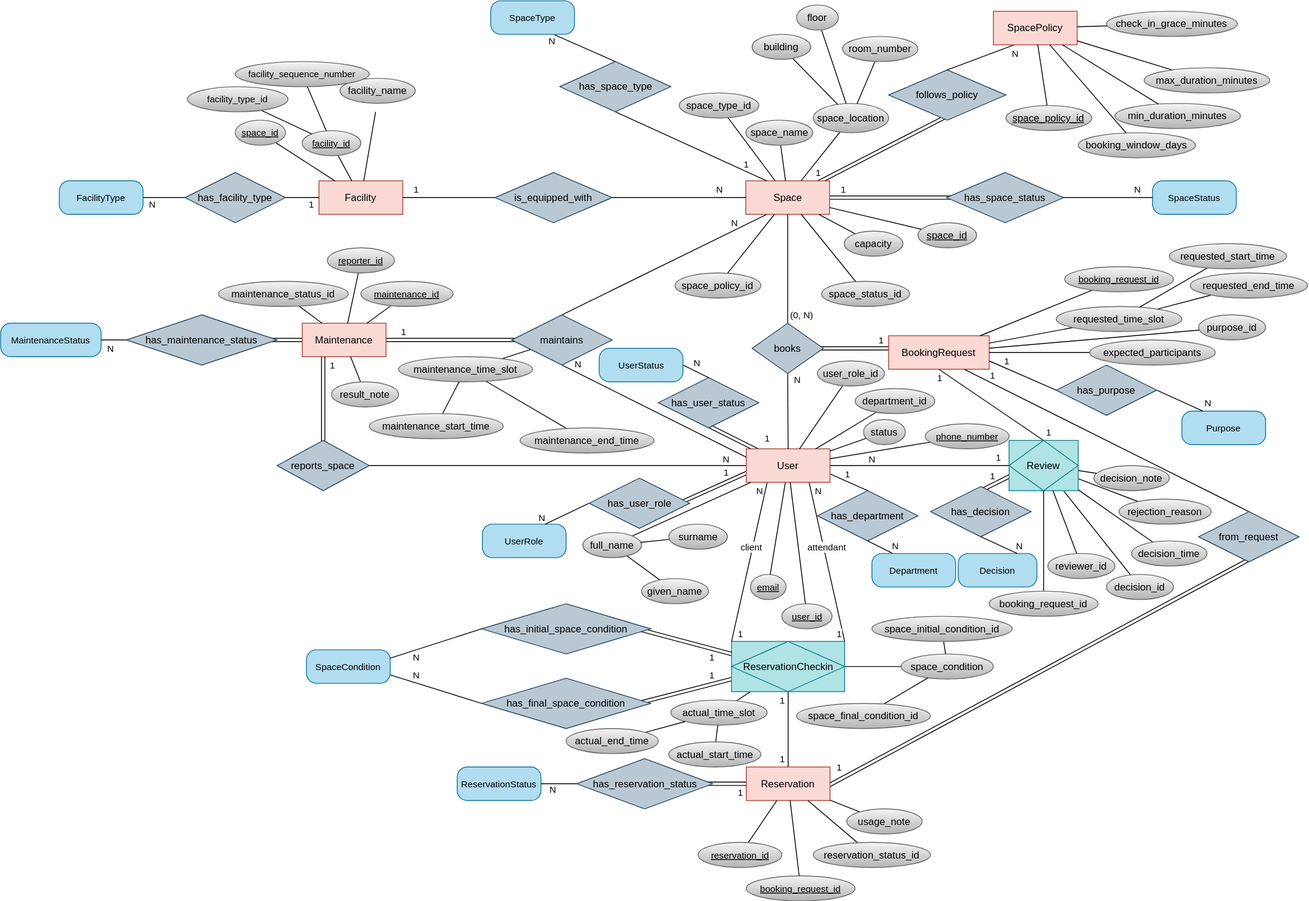
This is assets/refined_conceptual.svg from fungusdesu/cs486-project, a draw.io export, as it was before one commit. Source tidied: cells renumbered, new cells last; positions are measured from the earlier drawing's top-left corner, leaving out a move shared by most shapes.
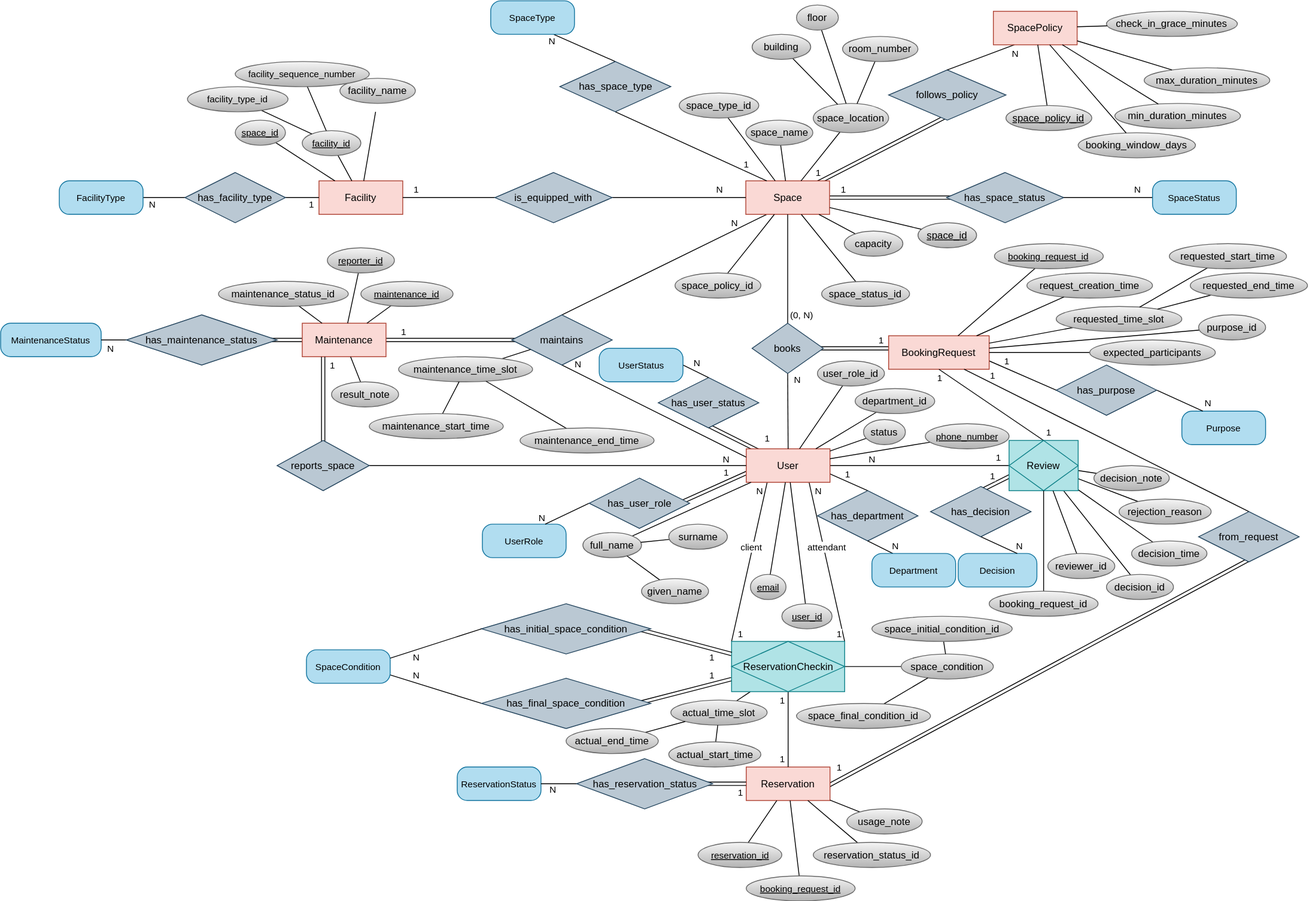
After the change.

Commit message:
added request_creation_time to conceptual diagram

Diff of the diagram source:
```diff
@@ -271,7 +271,7 @@
       <mxGeometry relative="1" as="geometry" />
     </mxCell>
     <mxCell id="88" value="booking_request_id" style="ellipse;whiteSpace=wrap;html=1;align=center;fontStyle=4;fontFamily=Helvetica;fontSize=11;labelBackgroundColor=none;fillColor=#f5f5f5;gradientColor=#b3b3b3;strokeColor=#666666;" parent="1" vertex="1">
-      <mxGeometry x="1270" y="318" width="130" height="30" as="geometry" />
+      <mxGeometry x="1186.2" y="290.5" width="130" height="30" as="geometry" />
     </mxCell>
     <mxCell id="89" style="edgeStyle=none;shape=connector;rounded=0;jettySize=auto;html=1;strokeColor=default;align=center;verticalAlign=middle;fontFamily=Helvetica;fontSize=11;fontColor=default;labelBackgroundColor=default;endArrow=none;endFill=0;" parent="1" edge="1" source="90" target="21">
       <mxGeometry relative="1" as="geometry" />
@@ -771,5 +771,11 @@
     <mxCell id="248" value="1" style="edgeLabel;html=1;align=center;verticalAlign=middle;fontFamily=Helvetica;fontSize=11;fontColor=default;labelBackgroundColor=default;" parent="1" vertex="1">
       <mxGeometry x="1005" y="225.5" as="geometry" />
     </mxCell>
+    <mxCell id="249" value="request_creation_time" style="ellipse;whiteSpace=wrap;html=1;align=center;fillColor=#f5f5f5;gradientColor=#b3b3b3;strokeColor=#666666;labelBackgroundColor=none;" parent="1" vertex="1">
+      <mxGeometry x="1225" y="325.5" width="150" height="30" as="geometry" />
+    </mxCell>
+    <mxCell id="250" style="edgeStyle=none;shape=connector;rounded=0;jettySize=auto;html=1;strokeColor=default;align=center;verticalAlign=middle;fontFamily=Helvetica;fontSize=11;fontColor=default;labelBackgroundColor=default;endArrow=none;endFill=0;" parent="1" edge="1" source="249" target="21">
+      <mxGeometry relative="1" as="geometry" />
+    </mxCell>
   </root>
 </mxGraphModel>
```
